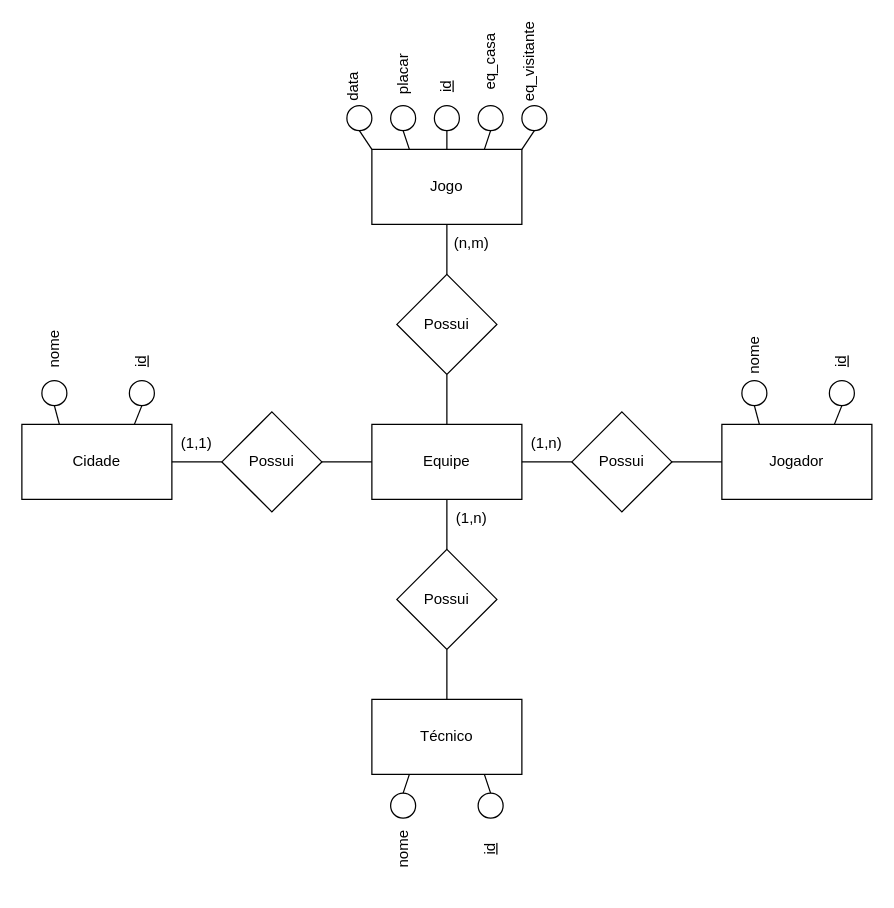
The draw.io diagram Lista3_11-04/Ex3.drawio in andreeeeeeeee/Engenharia_Software, before the edit. Source tidied: cells renumbered, new cells numbered last; positions are measured from the earlier drawing's top-left corner, leaving out a move shared by most shapes. Both pictures are drawn from the tidied source at 125%, with x=0, y=0 at pixel (16, 42).
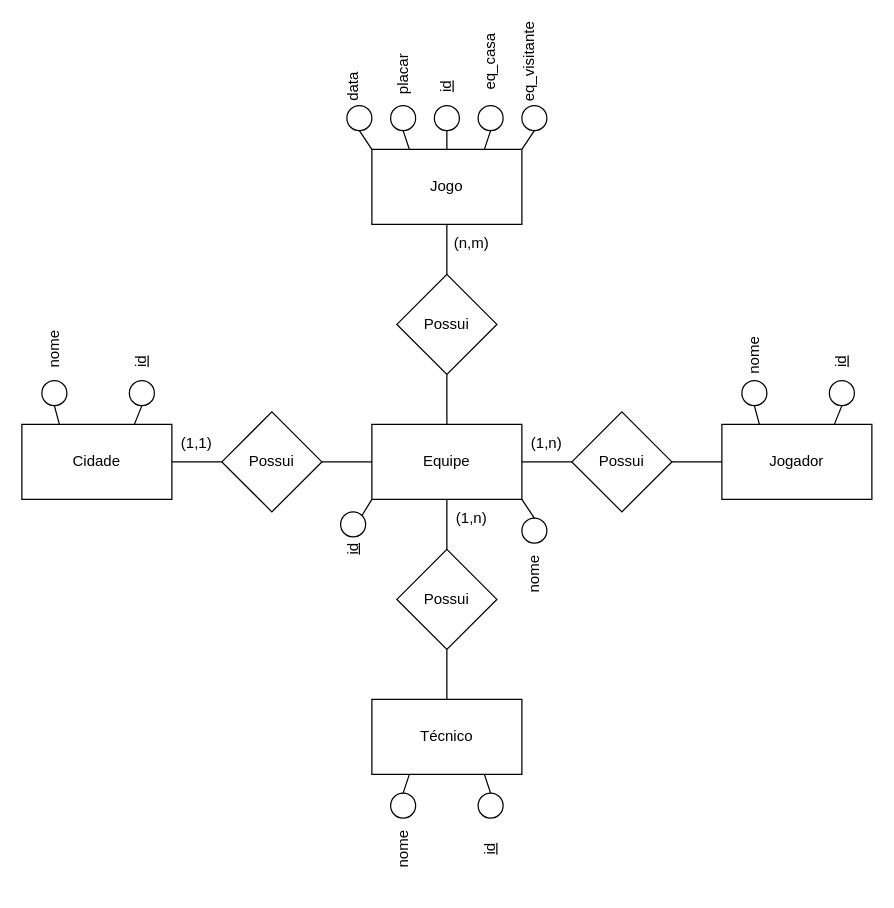
After the change.

The change refers to these unchanged cells:
```xml
<mxCell id="4" value="Equipe" style="rounded=0;whiteSpace=wrap;html=1;" parent="1" vertex="1">
  <mxGeometry x="284" y="305" width="120" height="60" as="geometry" />
</mxCell>
```

Diff of the diagram source:
```diff
@@
+    <mxCell id="56" style="ellipse;whiteSpace=wrap;html=1;" parent="1" vertex="1">
+      <mxGeometry x="404" y="380" width="20" height="20" as="geometry" />
+    </mxCell>
+    <mxCell id="57" style="ellipse;whiteSpace=wrap;html=1;" parent="1" vertex="1">
+      <mxGeometry x="259" y="375" width="20" height="20" as="geometry" />
+    </mxCell>
+    <mxCell id="58" value="nome" style="text;html=1;strokeColor=none;fillColor=none;align=center;verticalAlign=middle;whiteSpace=wrap;rounded=0;rotation=-90;" parent="1" vertex="1">
+      <mxGeometry x="384" y="410" width="60" height="30" as="geometry" />
+    </mxCell>
+    <mxCell id="59" value="&lt;u&gt;id&lt;/u&gt;" style="text;html=1;strokeColor=none;fillColor=none;align=center;verticalAlign=middle;whiteSpace=wrap;rounded=0;rotation=-90;" parent="1" vertex="1">
+      <mxGeometry x="239" y="390" width="60" height="30" as="geometry" />
+    </mxCell>
+    <mxCell id="60" style="endArrow=none;html=1;rounded=0;entryX=0;entryY=1;entryDx=0;entryDy=0;exitX=1;exitY=0;exitDx=0;exitDy=0;" parent="1" edge="1" source="57" target="4">
+      <mxGeometry relative="1" as="geometry" />
+    </mxCell>
+    <mxCell id="61" style="endArrow=none;html=1;rounded=0;exitX=1;exitY=1;exitDx=0;exitDy=0;entryX=0.5;entryY=0;entryDx=0;entryDy=0;" parent="1" edge="1" source="4" target="56">
+      <mxGeometry relative="1" as="geometry" />
+    </mxCell>
```
